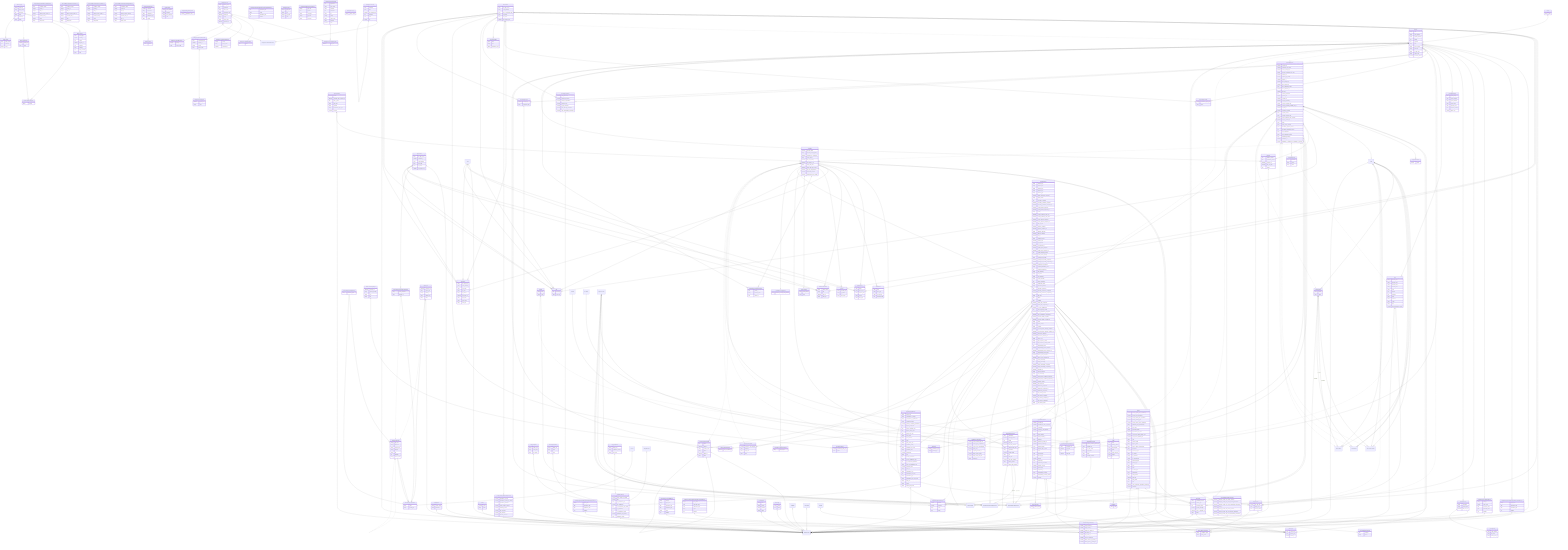
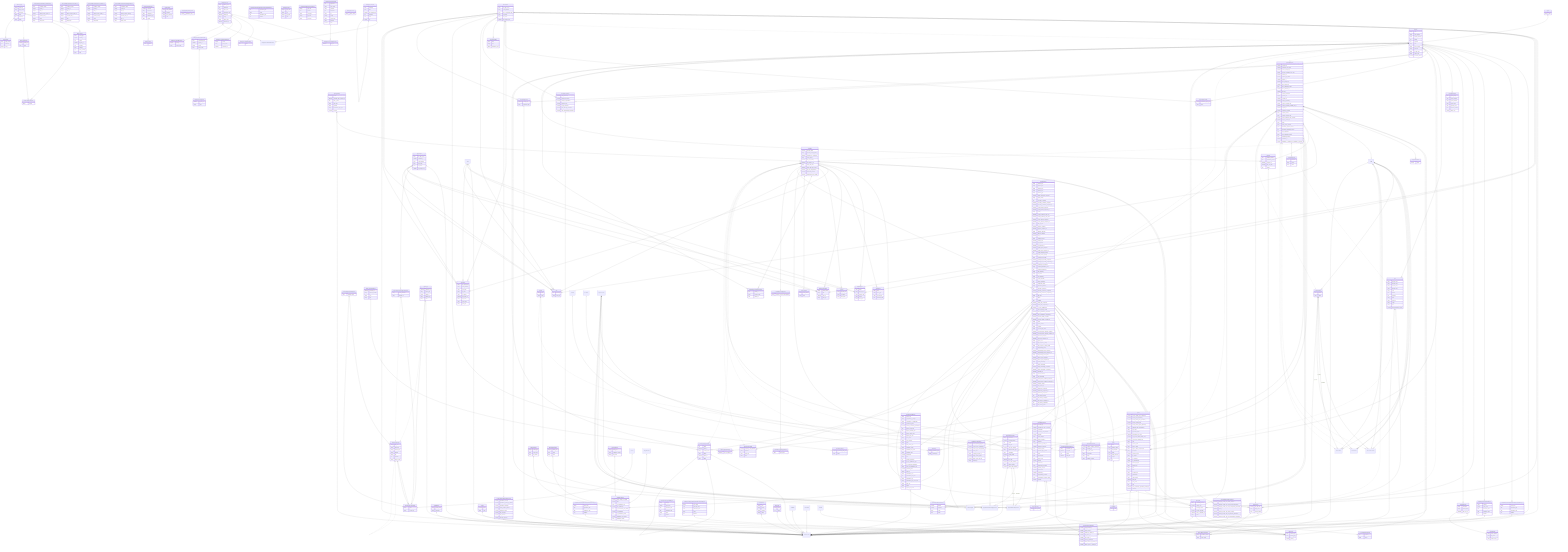
erDiagram
	direction TB
	AccountRecoveryRequest {
		string previous_account_email_address
	}
	AccountRecoveryRequestCode {
		string code_digest
	}
	"ActiveStorage::Attachment" {
		string name
		string record_type
	}
	"ActiveStorage::Blob" {
		integer byte_size
		string checksum
		string content_type
		string filename
		string key
		text metadata
		string service_name
	}
	"ActiveStorage::VariantRecord" {
		string variation_digest
	}
	"Adviser::SignUpRequest" {
		datetime sent_to_adviser_at
	}
	"Adviser::TeachingSubject" {
		datetime discarded_at
		string external_identifier
		string level
		string title
	}
	ApplicationChoice {
		datetime accepted_at
		datetime conditions_not_met_at
		datetime course_changed_at
		integer current_recruitment_cycle_year
		datetime declined_at
		boolean declined_by_default
		datetime inactive_at
		datetime offer_changed_at
		datetime offer_deferred_at
		string offer_withdrawal_reason
		datetime offer_withdrawn_at
		datetime offered_at
		text personal_statement
		integer provider_ids
		datetime recruited_at
		datetime reject_by_default_at
		integer reject_by_default_days
		datetime reject_by_default_feedback_sent_at
		datetime rejected_at
		boolean rejected_by_default
		string rejection_reason
		string rejection_reasons_type
		boolean school_placement_auto_selected
		datetime sent_to_provider_at
		string status
		string status_before_deferral
		jsonb structured_rejection_reasons
		text structured_withdrawal_reasons
		string visa_explanation
		string visa_explanation_details
		jsonb withdrawal_feedback
		datetime withdrawn_at
		boolean withdrawn_or_declined_for_candidate_by_provider
	}
	ApplicationExperience {
		string commitment
		boolean currently_working
		text details
		datetime end_date
		boolean end_date_unknown
		string experienceable_type
		string organisation
		boolean relevant_skills
		string role
		datetime start_date
		boolean start_date_unknown
		string working_pattern
		boolean working_with_children
	}
	ApplicationFeedback {
		boolean consent_to_be_contacted
		string feedback
		string page_title
		string path
	}
	ApplicationForm {
		string address_line1
		string address_line2
		string address_line3
		string address_line4
		string address_type
		boolean adviser_interruption_response
		string adviser_status
		text becoming_a_teacher
		boolean becoming_a_teacher_completed
		datetime becoming_a_teacher_completed_at
		boolean contact_details_completed
		datetime contact_details_completed_at
		string country
		datetime country_residency_date_from
		boolean country_residency_since_birth
		boolean course_choices_completed
		datetime course_choices_completed_at
		date date_of_birth
		boolean degrees_completed
		datetime degrees_completed_at
		string disability_disclosure
		boolean disclose_disability
		datetime edit_by
		jsonb editable_sections
		datetime editable_until
		boolean efl_completed
		datetime efl_completed_at
		boolean english_gcse_completed
		datetime english_gcse_completed_at
		text english_language_details
		boolean english_main_language
		jsonb equality_and_diversity
		boolean equality_and_diversity_completed
		datetime equality_and_diversity_completed_at
		boolean feedback_form_complete
		string feedback_satisfaction_level
		text feedback_suggestions
		string fifth_nationality
		string first_name
		string first_nationality
		string fourth_nationality
		text further_information
		string immigration_status
		string international_address
		text interview_preferences
		boolean interview_preferences_completed
		datetime interview_preferences_completed_at
		string last_name
		float latitude
		float longitude
		boolean maths_gcse_completed
		datetime maths_gcse_completed_at
		boolean no_other_qualifications
		text other_language_details
		boolean other_qualifications_completed
		datetime other_qualifications_completed_at
		boolean personal_details_completed
		datetime personal_details_completed_at
		string phase
		string phone_number
		string postcode
+ 		string previous_last_names
		boolean previous_teacher_training_completed
		datetime previous_teacher_training_completed_at
		boolean references_completed
		datetime references_completed_at
		string region_code
		string right_to_work_or_study
		string right_to_work_or_study_details
		text safeguarding_issues
		boolean safeguarding_issues_completed
		datetime safeguarding_issues_completed_at
		string safeguarding_issues_status
		boolean science_gcse_completed
		datetime science_gcse_completed_at
		string second_nationality
		text subject_knowledge
		boolean subject_knowledge_completed
		datetime subject_knowledge_completed_at
		datetime submitted_at
		string support_reference
		string third_nationality
		boolean training_with_a_disability_completed
		datetime training_with_a_disability_completed_at
		boolean university_degree
		datetime visa_expired_at
		boolean volunteering_completed
		datetime volunteering_completed_at
		boolean volunteering_experience
		text work_history_breaks
		boolean work_history_completed
		datetime work_history_completed_at
		text work_history_explanation
		string work_history_status
	}
	ApplicationQualification {
		string award_year
		string comparable_uk_degree
		string comparable_uk_qualification
		jsonb constituent_grades
		boolean currently_completing_qualification
		uuid degree_grade_uuid
		uuid degree_institution_uuid
		uuid degree_subject_uuid
		uuid degree_type_uuid
		string enic_reason
		string enic_reference
		string grade
		string grade_hesa_code
		string institution_country
		string institution_hesa_code
		string institution_name
		boolean international
		string level
		text missing_explanation
		string non_uk_qualification_type
		text not_completed_explanation
		string other_uk_qualification_type
		boolean predicted_grade
		integer public_id
		string qualification_level
		uuid qualification_level_uuid
		string qualification_type
		string qualification_type_hesa_code
		string start_year
		string subject
		string subject_hesa_code
	}
	ApplicationReference {
		datetime cancelled_at
		datetime cancelled_at_end_of_cycle_at
		boolean confidential
		boolean consent_to_be_contacted
		boolean duplicate
		string email_address
		datetime email_bounced_at
		string feedback
		datetime feedback_provided_at
		datetime feedback_refused_at
		string feedback_status
		string hashed_sign_in_token
		string name
		jsonb questionnaire
		string referee_type
		boolean refused
		string relationship
		string relationship_correction
		datetime reminder_sent_at
		boolean replacement
		datetime requested_at
		string safeguarding_concerns
		string safeguarding_concerns_status
		boolean selected
	}
	ApplicationVolunteeringExperience {
	}
	ApplicationWorkExperience {
	}
	ApplicationWorkHistoryBreak {
		string breakable_type
		datetime end_date
		text reason
		datetime start_date
	}
	AuthenticationToken {
		string hashed_token
		string path
		datetime used_at
		string user_type
	}
	"Blazer::Audit" {
		string data_source
		text statement
		integer user_id
	}
	"Blazer::Check" {
		string check_type
		integer creator_id
		text emails
		datetime last_run_at
		text message
		string schedule
		text slack_channels
		string state
	}
	"Blazer::Dashboard" {
		integer creator_id
		string name
	}
	"Blazer::DashboardQuery" {
		integer position
	}
	"Blazer::Query" {
		integer creator_id
		string data_source
		text description
		string name
		text statement
		string status
	}
	Candidate {
		boolean account_locked
		string account_recovery_status
		datetime candidate_api_updated_at
		string email_address
		boolean hide_in_reporting
		datetime last_signed_in_at
		string magic_link_token
		datetime magic_link_token_sent_at
		boolean sign_up_email_bounced
		boolean submission_blocked
		boolean unsubscribed_from_emails
	}
	CandidateLocationPreference {
		decimal latitude
		decimal longitude
		string name
		float within
	}
	CandidatePoolApplication {
		boolean course_funding_type_fee
		boolean course_type_postgraduate
		boolean course_type_undergraduate
		boolean needs_visa
		integer rejected_provider_ids
		boolean study_mode_full_time
		boolean study_mode_part_time
		integer subject_ids
	}
	CandidatePreference {
		boolean dynamic_location_preferences
		string funding_type
		text opt_out_reason
		string pool_status
		string status
		string training_locations
	}
	ChaserSent {
		string chased_type
		string chaser_type
		integer course_id
	}
	Course {
		boolean accept_english_gcse_equivalency
		boolean accept_gcse_equivalency
		boolean accept_maths_gcse_equivalency
		boolean accept_pending_gcse
		boolean accept_science_gcse_equivalency
		string additional_gcse_equivalencies
		string age_range
		integer application_status
		datetime applications_open_from
		boolean can_sponsor_skilled_worker_visa
		boolean can_sponsor_student_visa
		string code
		string course_length
		string degree_grade
		string degree_subject_requirements
		string description
		boolean exposed_in_find
		string fee_details
		integer fee_domestic
		integer fee_international
		string financial_support
		string funding_type
		string level
		string name
		string program_type
		jsonb qualifications
		string salary_details
		datetime start_date
		string study_mode
		uuid uuid
		datetime visa_sponsorship_application_deadline_at
		boolean withdrawn
	}
	CourseOption {
		boolean site_still_valid
		string study_mode
		string vacancy_status
	}
	CourseSubject {
	}
	DataExport {
		datetime completed_at
		string export_type
		integer initiator_id
		string initiator_type
		string name
	}
	DataMigration {
		string service_name
		string timestamp
	}
	DeferredOfferConfirmation {
		string conditions_status
		string study_mode
	}
	"DeferredOfferConfirmation::ConditionsForm" {
		string conditions_status
		integer course_id
		integer offer_id
		integer offered_course_option_id
		integer provider_user_id
		integer site_id
		string study_mode
	}
	"DeferredOfferConfirmation::CourseForm" {
		string conditions_status
		integer course_id
		integer offer_id
		integer offered_course_option_id
		integer provider_user_id
		integer site_id
		string study_mode
	}
	"DeferredOfferConfirmation::LocationForm" {
		string conditions_status
		integer course_id
		integer offer_id
		integer offered_course_option_id
		integer provider_user_id
		integer site_id
		string study_mode
	}
	"DeferredOfferConfirmation::StudyModeForm" {
		string conditions_status
		integer course_id
		integer offer_id
		integer offered_course_option_id
		integer provider_user_id
		integer site_id
		string study_mode
	}
	DsiSession {
		string dfe_sign_in_uid
		string email_address
		string first_name
		string id_token
		string ip_address
		datetime last_active_at
		string last_name
		string user_agent
		string user_type
	}
	DuplicateMatch {
		boolean blocked
		datetime candidate_last_contacted_at
		date date_of_birth
		string last_name
		string postcode
		integer recruitment_cycle_year
		boolean resolved
	}
	Email {
		text body
		string delivery_status
		string mail_template
		string mailer
		string notify_reference
		string subject
		string to
	}
	EmailClick {
		string path
	}
	EnglishProficiency {
		boolean degree_taught_in_english
		boolean draft
		string efl_qualification_type
		boolean has_qualification
		text no_assessment_plan_details
		boolean no_qualification
		text no_qualification_details
		boolean qualification_not_needed
		string qualification_status
	}
	Feature {
		boolean active
		string name
	}
	"FieldTest::Event" {
		string name
	}
	"FieldTest::Membership" {
		boolean converted
		string experiment
		string participant_id
		string participant_type
		string variant
	}
	FindFeedback {
		string email_address
		string feedback
		string find_controller
		string path
	}
	IeltsQualification {
		integer award_year
		string band_score
		string trf_number
	}
	Interview {
		text additional_details
		text cancellation_reason
		datetime cancelled_at
		datetime date_and_time
		text location
	}
	Note {
		text message
		string user_type
	}
	Notification {
		string notification_type
		string notified_type
	}
	Offer {
	}
	OfferCondition {
		jsonb details
		string status
	}
	OneLoginAuth {
		string email_address
		string token
	}
	OtherEflQualification {
		integer award_year
		string grade
		string name
	}
	"Pool::Invite" {
		string candidate_decision
		boolean course_open
		text message_content
		boolean provider_message
		datetime sent_to_candidate_at
		string status
	}
	"Pool::InviteDeclineReason" {
		text comment
		string reason
	}
	PoolEligibleApplicationForm {
		integer application_form_id
	}
	PossiblePreviousTeacherTraining {
		date ended_on
		string provider_name
		date started_on
	}
	PreviousTeacherTraining {
		text details
		datetime ended_at
		string provider_name
		string started
		datetime started_at
		string status
	}
	Provider {
		string code
		string email_address
		enum handle_interviews
		float latitude
		float longitude
		string name
		string phone_number
		string postcode
		string provider_type
		string region_code
		boolean selectable_school
	}
	ProviderAgreement {
		datetime accepted_at
		string agreement_type
	}
	ProviderPermissions {
		boolean make_decisions
		boolean manage_api_tokens
		boolean manage_organisations
		boolean manage_users
		boolean set_up_interviews
		boolean view_diversity_information
		boolean view_safeguarding_information
	}
	ProviderPoolAction {
		integer recruitment_cycle_year
		string status
	}
	ProviderRelationshipPermissions {
		boolean ratifying_provider_can_make_decisions
		boolean ratifying_provider_can_view_diversity_information
		boolean ratifying_provider_can_view_safeguarding_information
		datetime setup_at
		boolean training_provider_can_make_decisions
		boolean training_provider_can_view_diversity_information
		boolean training_provider_can_view_safeguarding_information
	}
	ProviderUser {
		string dfe_sign_in_uid
		string email_address
		jsonb find_a_candidate_filters
		string first_name
		string last_name
		datetime last_signed_in_at
	}
	ProviderUserFilter {
		jsonb filters
		string kind
		integer pagination_page
	}
	ProviderUserNotificationPreferences {
		boolean application_received
		boolean application_rejected_by_default
		boolean application_withdrawn
		boolean chase_provider_decision
		boolean marketing_emails
		boolean offer_accepted
		boolean offer_declined
		boolean reference_received
	}
	"Publications::MonthlyStatistics::MonthlyStatisticsReport" {
		date generation_date
		string month
		date publication_date
		json statistics
	}
	"Publications::NationalRecruitmentPerformanceReport" {
		integer cycle_week
		date generation_date
		date publication_date
		json statistics
	}
	"Publications::ProviderEdiReport" {
		string category
		integer cycle_week
		date generation_date
		date publication_date
		json statistics
	}
	"Publications::ProviderRecruitmentPerformanceReport" {
		integer cycle_week
		date generation_date
		date publication_date
		json statistics
	}
	"Publications::RegionalEdiReport" {
		string category
		integer cycle_week
		date generation_date
		date publication_date
		string region
		json statistics
	}
	"Publications::RegionalRecruitmentPerformanceReport" {
		integer cycle_week
		date generation_date
		date publication_date
		string region
		json statistics
	}
	RecruitmentCycleTimetable {
		datetime apply_deadline_at
		datetime apply_opens_at
		datetime decline_by_default_at
		datetime find_closes_at
		datetime find_opens_at
		datetime reject_by_default_at
		datetime winter_decline_by_default_at
		datetime winter_reject_by_default_at
	}
	ReferenceCondition {
	}
	ReferenceToken {
		string hashed_token
	}
	RegionalReportFilter {
		integer recruitment_cycle_year
		string region
	}
	RejectionFeedback {
		boolean helpful
	}
	ServiceBanner {
		string body
		string header
		string interface
		string status
	}
	Session {
		string id_token_hint
		string ip_address
		string user_agent
	}
	SessionError {
		string body
		string error_type
		string id_token_hint
		json omniauth_hash
	}
	Site {
		string address_line1
		string address_line2
		string address_line3
		string address_line4
		string code
		float latitude
		float longitude
		string name
		string postcode
		string region
		string uuid
		boolean uuid_generated_by_apply
	}
	SiteSetting {
		string name
		text value
	}
	SkeCondition {
	}
	"SolidCache::Entry" {
		integer byte_size
		binary key
		integer key_hash
		binary value
	}
	"SolidCacheDashboard::CacheEvent" {
		integer byte_size
		float duration
		string event_type
		integer key_hash
		string key_string
	}
	"SolidQueue::BlockedExecution" {
		string concurrency_key
		datetime expires_at
		integer priority
		string queue_name
	}
	"SolidQueue::ClaimedExecution" {
	}
	"SolidQueue::FailedExecution" {
		text error
	}
	"SolidQueue::Job" {
		string active_job_id
		text arguments
		string class_name
		string concurrency_key
		datetime finished_at
		integer priority
		string queue_name
		datetime scheduled_at
	}
	"SolidQueue::Pause" {
		string queue_name
	}
	"SolidQueue::Process" {
		string hostname
		string kind
		datetime last_heartbeat_at
		text metadata
		string name
		integer pid
	}
	"SolidQueue::ReadyExecution" {
		integer priority
		string queue_name
	}
	"SolidQueue::RecurringExecution" {
		datetime run_at
	}
	"SolidQueue::RecurringTask" {
		text arguments
		string class_name
		string command
		text description
		string key
		integer priority
		string queue_name
		string schedule
		boolean static
	}
	"SolidQueue::ScheduledExecution" {
		integer priority
		string queue_name
		datetime scheduled_at
	}
	"SolidQueue::Semaphore" {
		datetime expires_at
		integer value
	}
	Subject {
		string code
		string name
	}
	"SupportInterface::NotifySendRequest" {
		string email_addresses
		string template_id
	}
	SupportUser {
		string dfe_sign_in_uid
		datetime discarded_at
		string email_address
		string first_name
		string last_name
		datetime last_signed_in_at
	}
	TextCondition {
	}
	ToeflQualification {
		integer award_year
		string registration_number
		integer total_score
	}
	ValidationError {
		jsonb details
		string form_object
		string request_path
		string service
		string user_type
	}
	Vendor {
		string name
	}
	VendorAPIRequest {
		jsonb request_body
		jsonb request_headers
		string request_method
		string request_path
		jsonb response_body
		jsonb response_headers
		integer status_code
	}
	VendorAPIToken {
		string description
		string hashed_token
		datetime last_used_at
	}
	VendorApiUser {
		string email_address
		string full_name
		string vendor_user_id
	}
	WithdrawalReason {
		text comment
		string reason
		string status
	}
	ApplicationExperience ||--o{ ApplicationVolunteeringExperience : "specializes"
	ApplicationExperience ||--o{ ApplicationWorkExperience : "specializes"
	OfferCondition ||--o{ ReferenceCondition : "specializes"
	OfferCondition ||--o{ SkeCondition : "specializes"
	OfferCondition ||--o{ TextCondition : "specializes"
	"FieldTest::Membership" ||--}o "FieldTest::Event" : ""
	Auditable o|--}o "Audited::Audit" : ""
	ApplicationChoice o|--}o "Audited::Audit" : ""
	ApplicationExperience o|--}o "Audited::Audit" : ""
	ApplicationForm o|--}o "Audited::Audit" : ""
	ApplicationQualification o|--}o "Audited::Audit" : ""
	ApplicationReference o|--}o "Audited::Audit" : ""
	ApplicationWorkHistoryBreak o|--}o "Audited::Audit" : ""
	Candidate o|--}o "Audited::Audit" : ""
	CourseOption o|--}o "Audited::Audit" : ""
	DataExport o|--}o "Audited::Audit" : ""
	DataMigration o|--}o "Audited::Audit" : ""
	DuplicateMatch o|--}o "Audited::Audit" : ""
	EnglishProficiency o|--}o "Audited::Audit" : ""
	Feature o|--}o "Audited::Audit" : ""
	Interview o|--}o "Audited::Audit" : ""
	OfferCondition o|--}o "Audited::Audit" : ""
	PreviousTeacherTraining o|--}o "Audited::Audit" : ""
	Provider o|--}o "Audited::Audit" : ""
	ProviderAgreement o|--}o "Audited::Audit" : ""
	ProviderPermissions o|--}o "Audited::Audit" : ""
	ProviderRelationshipPermissions o|--}o "Audited::Audit" : ""
	ProviderUser o|--}o "Audited::Audit" : ""
	ProviderUserNotificationPreferences o|--}o "Audited::Audit" : ""
	ServiceBanner o|--}o "Audited::Audit" : ""
	SiteSetting o|--}o "Audited::Audit" : ""
	SupportUser o|--}o "Audited::Audit" : ""
	VendorAPIToken o|--}o "Audited::Audit" : ""
	User o|--}o "Audited::Audit" : ""
	Associated o|--}o "Audited::Audit" : ""
	"Blazer::Query" ||--}o "Blazer::Check" : ""
	"Blazer::Query" ||--}o "Blazer::DashboardQuery" : ""
	"Blazer::Query" o|..}o "Blazer::Dashboard" : ""
	"Blazer::Query" o|--}o "Blazer::Audit" : ""
	"Blazer::Dashboard" ||--}o "Blazer::DashboardQuery" : ""
	"SolidQueue::RecurringTask" o|--}o "SolidQueue::RecurringExecution" : ""
	"SolidQueue::Process" ||--}o "SolidQueue::ClaimedExecution" : ""
	"SolidQueue::Process" o|--}o "SolidQueue::Process" : ""
	"SolidQueue::Job" o|--|o "SolidQueue::RecurringExecution" : ""
	"SolidQueue::Job" o|--|o "SolidQueue::FailedExecution" : ""
	"SolidQueue::Job" o|--|o "SolidQueue::ScheduledExecution" : ""
	"SolidQueue::Job" o|--|o "SolidQueue::BlockedExecution" : ""
	"SolidQueue::Job" o|--|o "SolidQueue::ReadyExecution" : ""
	"SolidQueue::Job" o|--|o "SolidQueue::ClaimedExecution" : ""
	"SolidQueue::BlockedExecution" o|--|o "SolidQueue::Semaphore" : ""
	"ActiveStorage::VariantRecord" ||--}o "ActiveStorage::Blob" : ""
	Record ||--|o "ActiveStorage::Attachment" : ""
	"ActiveStorage::Blob" ||--|o "ActiveStorage::Attachment" : ""
	"ActiveStorage::VariantRecord" ||--|o "ActiveStorage::Attachment" : ""
	DataExport ||--|o "ActiveStorage::Attachment" : ""
	"SupportInterface::NotifySendRequest" ||--|o "ActiveStorage::Attachment" : ""
	"ActiveStorage::Blob" ||--}o "ActiveStorage::Attachment" : ""
	"ActiveStorage::Blob" o|..|o "ActiveStorage::Blob" : ""
	SupportUser ||--}o "SupportInterface::NotifySendRequest" : ""
	"SupportInterface::NotifySendRequest" o|..|o "ActiveStorage::Blob" : ""
	"Publications::RegionalRecruitmentPerformanceReport" o|--|o RecruitmentCycleTimetable : ""
	"Publications::RegionalEdiReport" o|--|o RecruitmentCycleTimetable : ""
	Provider ||--}o "Publications::ProviderRecruitmentPerformanceReport" : ""
	"Publications::ProviderRecruitmentPerformanceReport" o|--|o RecruitmentCycleTimetable : ""
	"Publications::ProviderEdiReport" o|--|o RecruitmentCycleTimetable : ""
	Provider ||--}o "Publications::ProviderEdiReport" : ""
	"Publications::NationalRecruitmentPerformanceReport" o|--|o RecruitmentCycleTimetable : ""
	"Pool::Invite" ||--}o "Pool::InviteDeclineReason" : ""
	Chased ||--}o ChaserSent : ""
	ApplicationChoice ||--}o ChaserSent : ""
	ApplicationForm ||--}o ChaserSent : ""
	ApplicationReference ||--}o ChaserSent : ""
	Candidate ||--}o ChaserSent : ""
	"Pool::Invite" ||--}o ChaserSent : ""
	Candidate ||--}o "Pool::Invite" : ""
	ApplicationForm ||--}o "Pool::Invite" : ""
	"Pool::Invite" o|--}o ApplicationChoice : ""
	Provider ||--}o "Pool::Invite" : ""
	ProviderUser ||--}o "Pool::Invite" : ""
	Course ||--}o "Pool::Invite" : ""
	"Pool::Invite" o|--|o RecruitmentCycleTimetable : ""
	ApplicationForm ||--}o "Adviser::SignUpRequest" : ""
	"Adviser::TeachingSubject" ||--}o "Adviser::SignUpRequest" : ""
	VendorAPIToken ||--}o VendorApiUser : ""
	Provider ||--}o VendorAPIToken : ""
	Provider o|--}o VendorAPIRequest : ""
	Vendor o|--}o Provider : ""
	User o|--}o ValidationError : ""
	Candidate o|--}o ValidationError : ""
	ProviderUser o|--}o ValidationError : ""
	SupportUser o|--}o ValidationError : ""
	EflQualification o|--|o EnglishProficiency : ""
	IeltsQualification o|--|o EnglishProficiency : ""
	OtherEflQualification o|--|o EnglishProficiency : ""
	ToeflQualification o|--|o EnglishProficiency : ""
	User ||--}o AuthenticationToken : ""
	Candidate ||--}o AuthenticationToken : ""
	ProviderUser ||--}o AuthenticationToken : ""
	SupportUser ||--}o AuthenticationToken : ""
	User ||--}o DsiSession : ""
	Candidate ||--}o DsiSession : ""
	ProviderUser ||--}o DsiSession : ""
	SupportUser ||--}o DsiSession : ""
	Subject ||--}o CourseSubject : ""
	Subject o|..}o Course : ""
	Provider ||--}o Site : ""
	Site ||--}o CourseOption : ""
	Site o|..}o Course : ""
	Candidate o|--}o SessionError : ""
	Candidate ||--}o Session : ""
	ApplicationChoice ||--}o RejectionFeedback : ""
	ProviderUser ||--}o RegionalReportFilter : ""
	Provider ||--}o RegionalReportFilter : ""
	ApplicationReference ||--}o ReferenceToken : ""
	ProviderUser ||--|o ProviderUserNotificationPreferences : ""
	ProviderUser ||--}o ProviderUserFilter : ""
	ProviderUser ||--}o ProviderPermissions : ""
	ProviderUser o|..}o Provider : ""
	ProviderUser o|--}o Note : ""
	ProviderUser ||--}o ProviderPoolAction : ""
	ApplicationForm ||--}o ProviderPoolAction : ""
	Provider ||--}o ProviderPermissions : ""
	Provider ||--}o ProviderAgreement : ""
	ProviderUser ||--}o ProviderAgreement : ""
	Provider ||--}o Course : ""
	Provider o|..}o CourseOption : ""
	Provider o|..}o ApplicationChoice : ""
	Provider o|..}o ApplicationForm : ""
	Provider o|..}o ApplicationReference : ""
	Provider ||--}o ProviderRelationshipPermissions : ""
	Candidate ||--}o PossiblePreviousTeacherTraining : ""
	Provider o|--}o PossiblePreviousTeacherTraining : ""
	Candidate ||--|o OneLoginAuth : ""
	ApplicationChoice ||--|o Offer : ""
	Offer ||--}o OfferCondition : ""
	Offer ||--}o ReferenceCondition : ""
	Offer ||--}o SkeCondition : ""
	Offer ||--}o TextCondition : ""
	Offer o|--}o TextCondition : ""
	Offer o|--}o SkeCondition : ""
	Offer o|--|o ReferenceCondition : ""
	Offer o|..|o CourseOption : ""
	Notified ||--}o Notification : ""
	ApplicationForm ||--}o Notification : ""
	ApplicationChoice ||--}o Note : ""
	User ||--}o Note : ""
	Candidate ||--}o Note : ""
	ProviderUser ||--}o Note : ""
	SupportUser ||--}o Note : ""
	ApplicationChoice ||--}o Interview : ""
	Provider ||--}o Interview : ""
	Email ||--}o EmailClick : ""
	ApplicationForm o|--}o Email : ""
	DuplicateMatch o|--}o Candidate : ""
	ProviderUser o|--}o DsiSession : ""
	ProviderUser ||--}o DeferredOfferConfirmation : ""
	Offer ||--}o DeferredOfferConfirmation : ""
	Course ||--}o DeferredOfferConfirmation : ""
	Site ||--}o DeferredOfferConfirmation : ""
	CourseOption ||--}o DeferredOfferConfirmation : ""
	DataExport o|..|o "ActiveStorage::Blob" : ""
	Course ||--}o CourseSubject : ""
	Course ||--}o CourseOption : ""
	CourseOption ||--}o ApplicationChoice : ""
	Course o|..}o ApplicationChoice : ""
	Course o|--|o RecruitmentCycleTimetable : ""
	ApplicationForm ||--}o CandidatePreference : ""
	CandidatePreference ||--}o CandidateLocationPreference : ""
	ApplicationForm ||--|o CandidatePoolApplication : ""
	Candidate ||--}o CandidatePoolApplication : ""
	Provider o|--}o CandidateLocationPreference : ""
	Breakable ||--}o ApplicationWorkHistoryBreak : ""
	ApplicationChoice ||--}o ApplicationWorkHistoryBreak : ""
	ApplicationForm ||--}o ApplicationWorkHistoryBreak : ""
	ApplicationForm ||--}o ApplicationReference : ""
	ApplicationReference o|..}o Candidate : ""
	ApplicationForm o|--|o RecruitmentCycleTimetable : ""
	Candidate ||--}o ApplicationForm : ""
	ApplicationForm ||--}o ApplicationChoice : ""
	ApplicationForm o|..}o CourseOption : ""
	ApplicationForm o|..}o Course : ""
	Experienceable o|--}o ApplicationWorkExperience : ""
	ApplicationChoice o|--}o ApplicationWorkExperience : ""
	ApplicationForm o|--}o ApplicationWorkExperience : ""
	Experienceable o|--}o ApplicationVolunteeringExperience : ""
	ApplicationChoice o|--}o ApplicationVolunteeringExperience : ""
	ApplicationForm o|--}o ApplicationVolunteeringExperience : ""
	ApplicationForm ||--}o ApplicationQualification : ""
	ApplicationForm o|..}o CandidateLocationPreference : ""
	ApplicationForm ||--}o PreviousTeacherTraining : ""
	ApplicationForm o|--|o ApplicationForm : ""
	ApplicationForm ||--}o EnglishProficiency : ""
	ApplicationForm ||--}o ApplicationFeedback : ""
	ApplicationFeedback o|..|o Candidate : ""
	Experienceable ||--}o ApplicationExperience : ""
	ApplicationChoice ||--}o ApplicationExperience : ""
	ApplicationForm ||--}o ApplicationExperience : ""
	Experienceable ||--}o ApplicationVolunteeringExperience : ""
	Experienceable ||--}o ApplicationWorkExperience : ""
	ApplicationChoice o|..}o Candidate : ""
	ApplicationChoice o|..|o Site : ""
	ApplicationChoice ||--}o WithdrawalReason : ""
	AccountRecoveryRequest ||--}o AccountRecoveryRequestCode : ""
	Candidate ||--|o AccountRecoveryRequest : ""
	OfferCondition o|..|o ApplicationChoice : ""
	ReferenceCondition o|..|o ApplicationChoice : ""
	SkeCondition o|..|o ApplicationChoice : ""
	TextCondition o|..|o ApplicationChoice : ""
	ApplicationQualification o|..}o Candidate : ""
	Provider o|--}o PreviousTeacherTraining : ""
	PreviousTeacherTraining o|--|o PreviousTeacherTraining : ""
	Course o|--}o Candidate : ""
	Candidate o|..}o PreviousTeacherTraining : ""